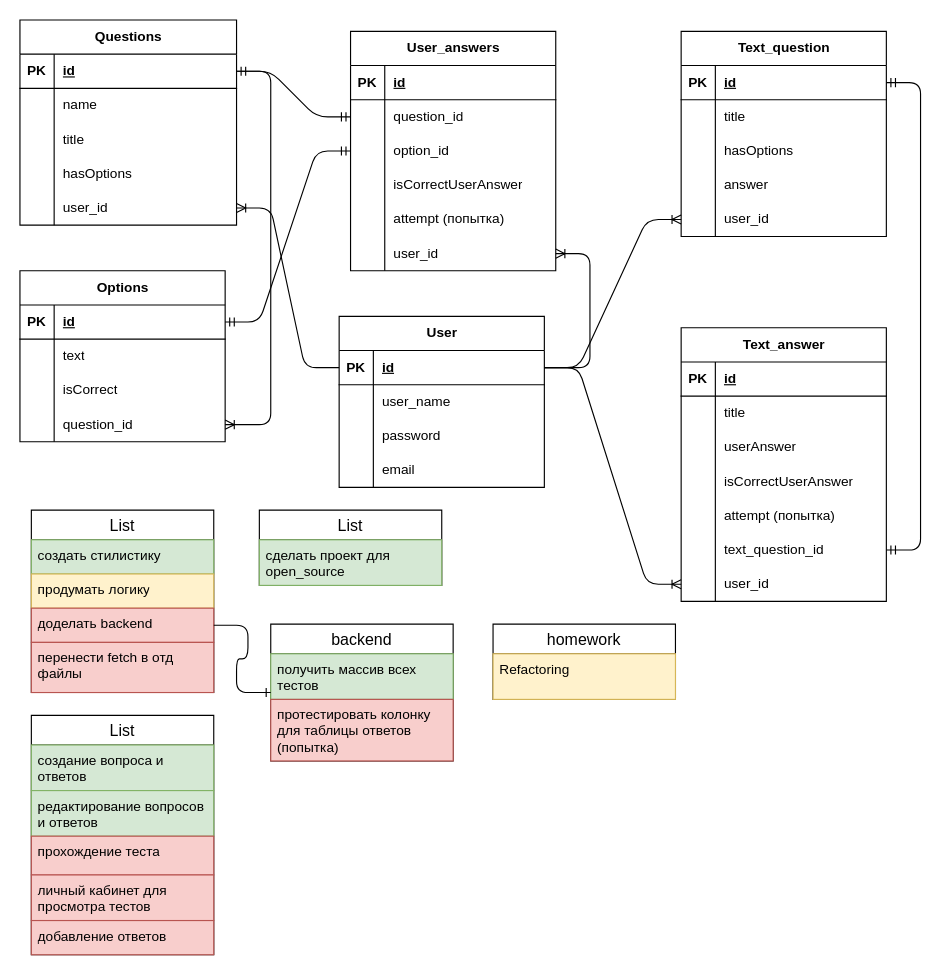
Above: server/chemistry.drawio in IbadT/chemistry (draw.io), before the change. Source tidied: cells renumbered, new cells numbered last; positions are measured from the earlier drawing's top-left corner, leaving out a move shared by most shapes. Both pictures are drawn from the tidied source at 114%, with x=0, y=0 at pixel (19, 19).
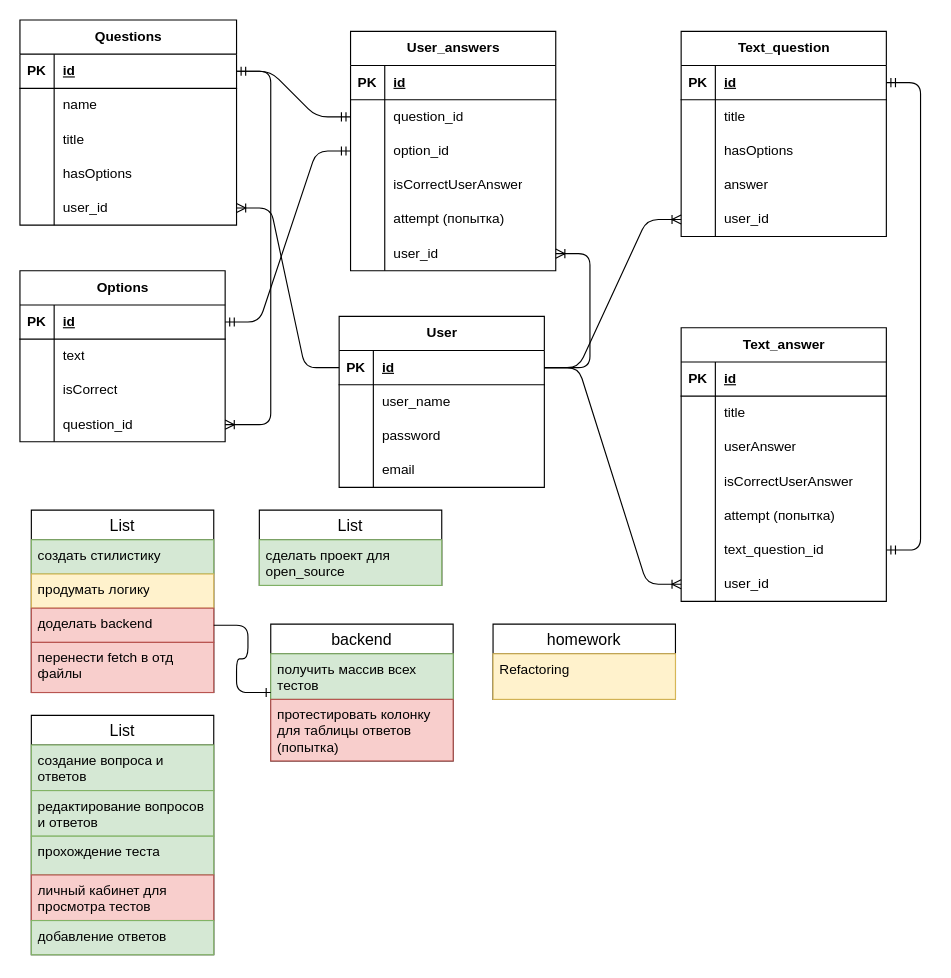
The same page after the edit.

The change refers to these unchanged cells:
```xml
<mxCell id="122" value="List" style="swimlane;fontStyle=0;horizontal=1;startSize=26;align=center;fontSize=14;" parent="1" vertex="1">
  <mxGeometry x="10" y="610" width="160" height="210" as="geometry" />
</mxCell>
```

The edit, as a diff of the source:
```diff
@@
-    <mxCell id="125" value="прохождение теста" style="text;strokeColor=#b85450;fillColor=#f8cecc;spacingLeft=4;spacingRight=4;overflow=hidden;fontSize=12;whiteSpace=wrap;html=1;" parent="122" vertex="1">
+    <mxCell id="125" value="прохождение теста" style="text;strokeColor=#82b366;fillColor=#d5e8d4;spacingLeft=4;spacingRight=4;overflow=hidden;fontSize=12;whiteSpace=wrap;html=1;" parent="122" vertex="1">
       <mxGeometry y="106" width="160" height="34" as="geometry" />
     </mxCell>
@@
-    <mxCell id="127" value="добавление ответов" style="text;strokeColor=#b85450;fillColor=#f8cecc;spacingLeft=4;spacingRight=4;overflow=hidden;fontSize=12;whiteSpace=wrap;html=1;" parent="122" vertex="1">
+    <mxCell id="127" value="добавление ответов" style="text;strokeColor=#82b366;fillColor=#d5e8d4;spacingLeft=4;spacingRight=4;overflow=hidden;fontSize=12;whiteSpace=wrap;html=1;" parent="122" vertex="1">
       <mxGeometry y="180" width="160" height="30" as="geometry" />
     </mxCell>
```
